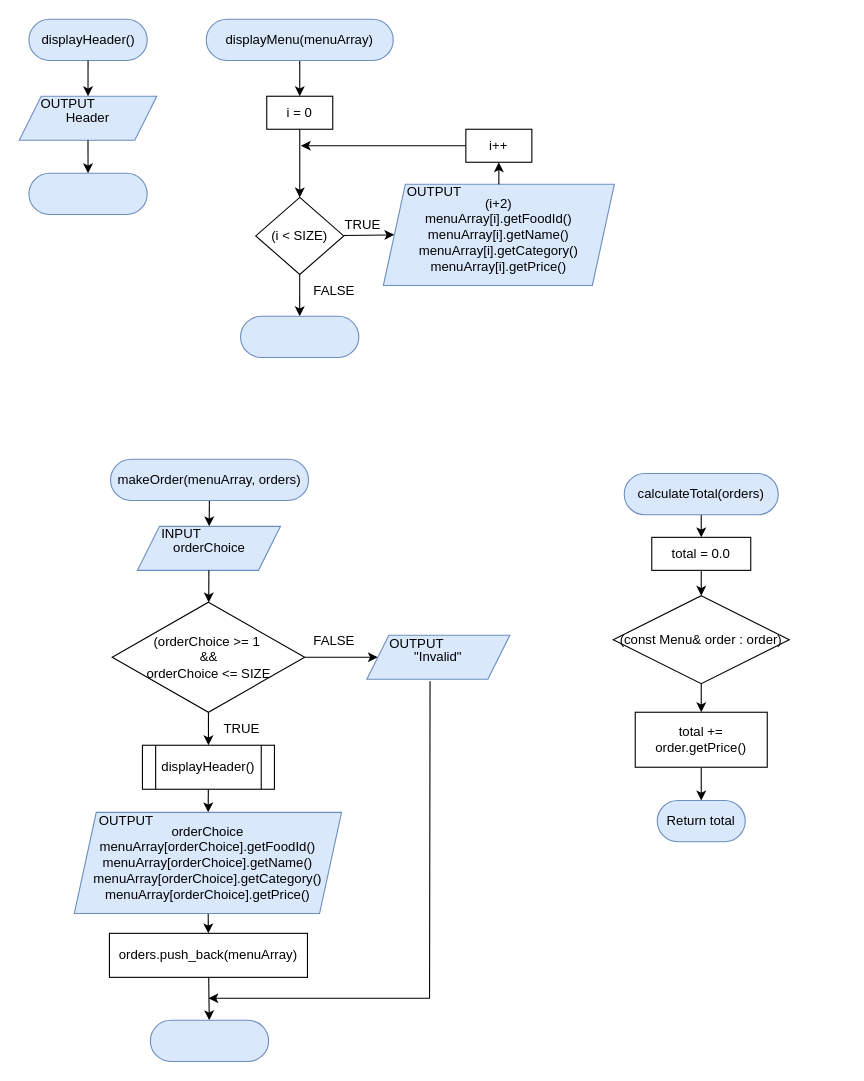
Earlier version of the draw.io diagram page "OTHER FUNCTION" (5 of 5) of Submission/sec02/Tupperware/classDiagram.drawio (jjn7702/SECJ2013-DSA). Source tidied: cells renumbered, new cells numbered last; positions are measured from the earlier drawing's top-left corner, leaving out a move shared by most shapes. Both pictures are drawn from the tidied source at 110%, with x=0, y=0 at pixel (19, 19).
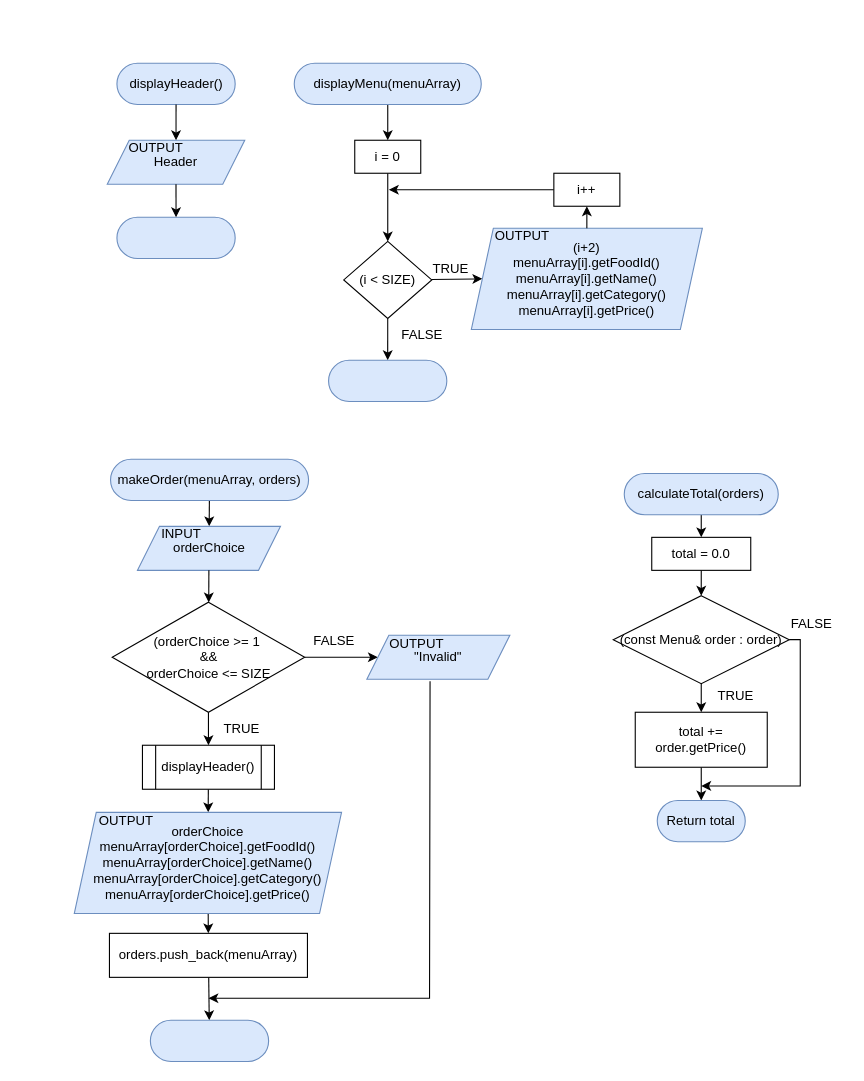
Above is the later version.

Unchanged cells that the change refers to:
```xml
<mxCell id="53" value="(const Menu&amp;amp; order : order)" style="rhombus;whiteSpace=wrap;html=1;" parent="1" vertex="1">
  <mxGeometry x="540" y="524" width="160" height="80" as="geometry" />
</mxCell>
```

Diff of the diagram source:
```diff
@@
     <mxCell id="2" value="displayHeader()" style="rounded=1;whiteSpace=wrap;html=1;glass=0;labelBackgroundColor=none;fillColor=#dae8fc;arcSize=50;strokeColor=#6c8ebf;" parent="1" vertex="1">
-      <mxGeometry x="8.8" width="107.5" height="37.5" as="geometry" />
+      <mxGeometry x="88.8" y="40" width="107.5" height="37.5" as="geometry" />
     </mxCell>
     <mxCell id="3" style="group;fillColor=none;strokeColor=none;" parent="1" vertex="1">
-      <mxGeometry y="60" width="125" height="50" as="geometry" />
+      <mxGeometry x="80" y="100" width="125" height="50" as="geometry" />
     </mxCell>
@@
     <mxCell id="7" style="rounded=1;whiteSpace=wrap;html=1;glass=0;labelBackgroundColor=none;fillColor=#dae8fc;arcSize=50;strokeColor=#6c8ebf;" parent="1" vertex="1">
-      <mxGeometry x="8.8" y="140" width="107.5" height="37.5" as="geometry" />
+      <mxGeometry x="88.8" y="180" width="107.5" height="37.5" as="geometry" />
     </mxCell>
@@
     <mxCell id="10" value="displayMenu(menuArray)" style="rounded=1;whiteSpace=wrap;html=1;glass=0;labelBackgroundColor=none;fillColor=#dae8fc;arcSize=50;strokeColor=#6c8ebf;" parent="1" vertex="1">
-      <mxGeometry x="170" width="170" height="37.5" as="geometry" />
+      <mxGeometry x="250" y="40" width="170" height="37.5" as="geometry" />
     </mxCell>
@@
     <mxCell id="13" value="(i &amp;lt; SIZE)" style="rhombus;whiteSpace=wrap;html=1;" parent="1" vertex="1">
-      <mxGeometry x="215" y="162" width="80" height="70" as="geometry" />
+      <mxGeometry x="295" y="202" width="80" height="70" as="geometry" />
     </mxCell>
@@
     <mxCell id="15" value="i = 0" style="whiteSpace=wrap;html=1;" parent="1" vertex="1">
-      <mxGeometry x="225" y="70" width="60" height="30" as="geometry" />
+      <mxGeometry x="305" y="110" width="60" height="30" as="geometry" />
     </mxCell>
     <mxCell id="16" style="group;" parent="1" vertex="1">
-      <mxGeometry x="331" y="142" width="210" height="100" as="geometry" />
+      <mxGeometry x="411" y="182" width="210" height="100" as="geometry" />
     </mxCell>
@@
     <mxCell id="19" style="edgeStyle=none;html=1;" parent="1" edge="1" source="20">
       <mxGeometry relative="1" as="geometry">
-        <mxPoint x="256" y="115" as="targetPoint" />
+        <mxPoint x="336" y="155" as="targetPoint" />
       </mxGeometry>
     </mxCell>
     <mxCell id="20" value="i++" style="whiteSpace=wrap;html=1;" parent="1" vertex="1">
-      <mxGeometry x="406" y="100" width="60" height="30" as="geometry" />
+      <mxGeometry x="486" y="140" width="60" height="30" as="geometry" />
     </mxCell>
@@
     <mxCell id="22" style="rounded=1;whiteSpace=wrap;html=1;glass=0;labelBackgroundColor=none;fillColor=#dae8fc;arcSize=50;strokeColor=#6c8ebf;" parent="1" vertex="1">
-      <mxGeometry x="201.2" y="270" width="107.5" height="37.5" as="geometry" />
+      <mxGeometry x="281.2" y="310" width="107.5" height="37.5" as="geometry" />
     </mxCell>
@@
     <mxCell id="46" value="TRUE" style="text;html=1;align=center;verticalAlign=middle;strokeColor=none;fillColor=none;" parent="1" vertex="1">
-      <mxGeometry x="282" y="172" width="60" height="30" as="geometry" />
+      <mxGeometry x="362" y="212" width="60" height="30" as="geometry" />
     </mxCell>
     <mxCell id="47" value="FALSE" style="text;html=1;align=center;verticalAlign=middle;strokeColor=none;fillColor=none;" parent="1" vertex="1">
-      <mxGeometry x="256" y="232" width="60" height="30" as="geometry" />
+      <mxGeometry x="336" y="272" width="60" height="30" as="geometry" />
     </mxCell>
@@
+    <mxCell id="57" style="edgeStyle=none;rounded=0;html=1;exitX=1;exitY=0.5;exitDx=0;exitDy=0;" parent="1" edge="1" source="53">
+      <mxGeometry relative="1" as="geometry">
+        <mxPoint x="620" y="697" as="targetPoint" />
+        <Array as="points">
+          <mxPoint x="710" y="564" />
+          <mxPoint x="710" y="697" />
+          <mxPoint x="700" y="697" />
+        </Array>
+      </mxGeometry>
+    </mxCell>
@@
+    <mxCell id="58" value="TRUE" style="text;html=1;align=center;verticalAlign=middle;strokeColor=none;fillColor=none;" parent="1" vertex="1">
+      <mxGeometry x="621" y="600" width="60" height="30" as="geometry" />
+    </mxCell>
+    <mxCell id="59" value="FALSE" style="text;html=1;align=center;verticalAlign=middle;strokeColor=none;fillColor=none;" parent="1" vertex="1">
+      <mxGeometry x="690" y="535" width="60" height="30" as="geometry" />
+    </mxCell>
```
